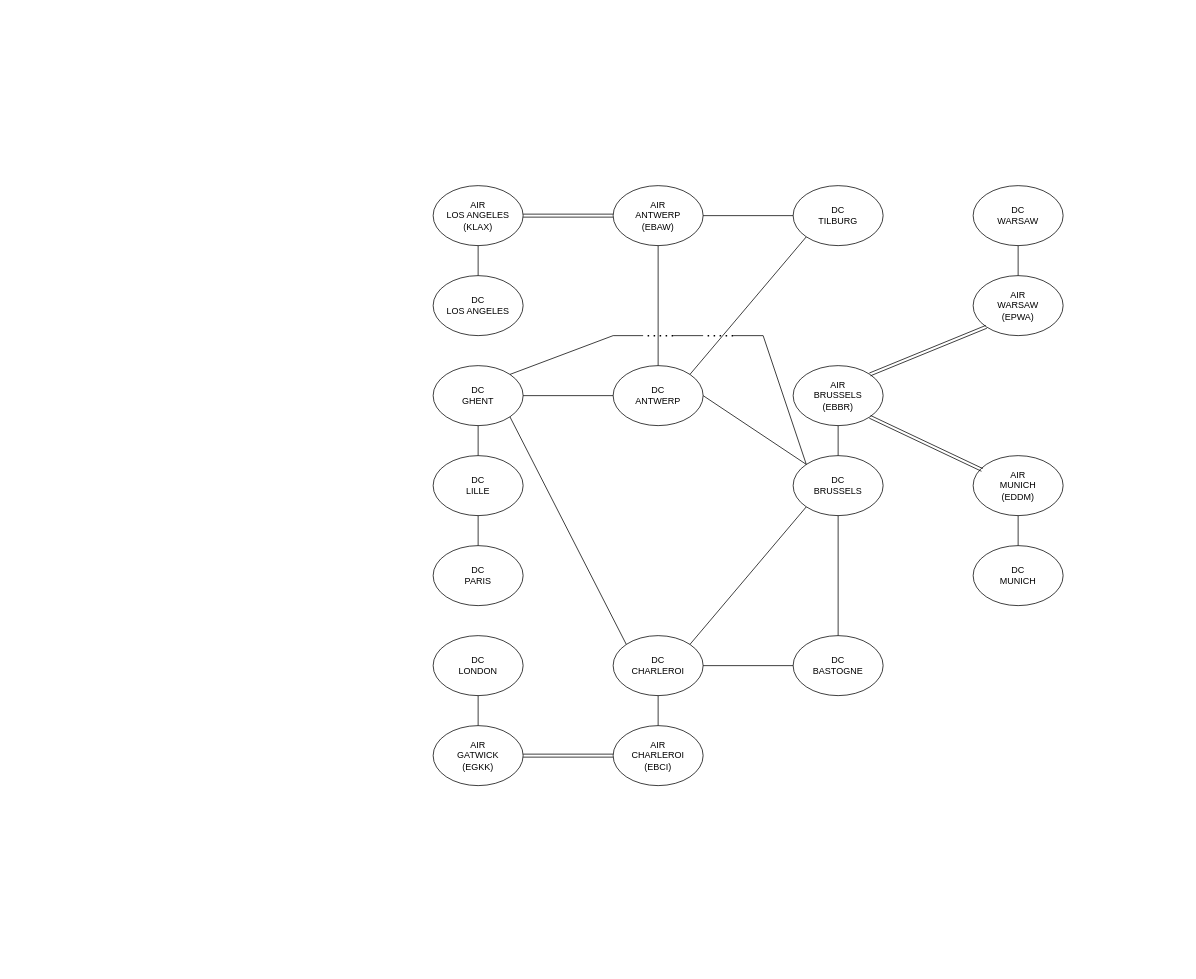
This is app/Services/Router/docs/PE_router_infrastructure.drawio from GillesVanPellicom/PE2-laravel, a draw.io file, before an edit. Source tidied: cells renumbered, new cells numbered last; positions are measured from the earlier drawing's top-left corner, leaving out a move shared by most shapes. Both pictures are drawn from the tidied source at 75%, with x=0, y=0 at pixel (433, 185).
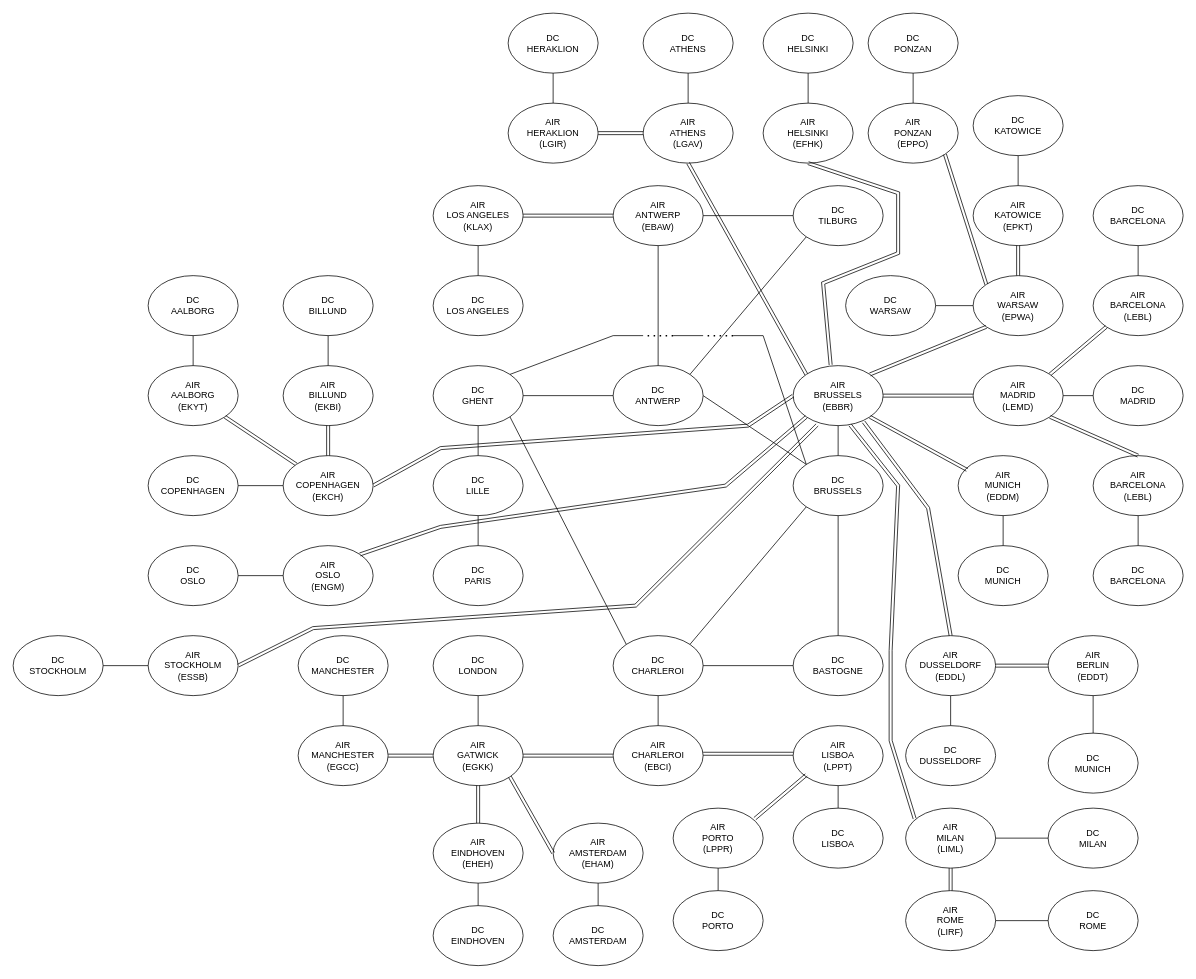
The same page after the edit.

Unchanged cells that the change refers to:
```xml
<mxCell id="11" value="AIR&lt;div&gt;BRUSSELS&lt;/div&gt;&lt;div&gt;(EBBR)&lt;/div&gt;" style="ellipse;whiteSpace=wrap;html=1;" parent="1" vertex="1">
  <mxGeometry x="480" y="240" width="120" height="80" as="geometry" />
</mxCell>
<mxCell id="12" value="AIR&lt;div&gt;GATWICK&lt;/div&gt;&lt;div&gt;(EGKK)&lt;/div&gt;" style="ellipse;whiteSpace=wrap;html=1;" parent="1" vertex="1">
  <mxGeometry y="720" width="120" height="80" as="geometry" />
</mxCell>
<mxCell id="33" value="AIR&lt;div&gt;WARSAW&lt;/div&gt;&lt;div&gt;(EPWA)&lt;/div&gt;" style="ellipse;whiteSpace=wrap;html=1;" parent="1" vertex="1">
  <mxGeometry x="720" y="120" width="120" height="80" as="geometry" />
</mxCell>
```

What changed in the source:
```diff
@@
     <mxCell id="34" value="AIR&lt;div&gt;MUNICH&lt;/div&gt;&lt;div&gt;(EDDM)&lt;/div&gt;" style="ellipse;whiteSpace=wrap;html=1;" parent="1" vertex="1">
-      <mxGeometry x="720" y="360" width="120" height="80" as="geometry" />
+      <mxGeometry x="700" y="360" width="120" height="80" as="geometry" />
     </mxCell>
     <mxCell id="35" value="DC&lt;div&gt;WARSAW&lt;/div&gt;" style="ellipse;whiteSpace=wrap;html=1;" parent="1" vertex="1">
-      <mxGeometry x="720" width="120" height="80" as="geometry" />
+      <mxGeometry x="550" y="120" width="120" height="80" as="geometry" />
     </mxCell>
     <mxCell id="36" value="DC&lt;div&gt;MUNICH&lt;/div&gt;" style="ellipse;whiteSpace=wrap;html=1;" parent="1" vertex="1">
-      <mxGeometry x="720" y="480" width="120" height="80" as="geometry" />
+      <mxGeometry x="700" y="480" width="120" height="80" as="geometry" />
     </mxCell>
@@
+    <mxCell id="49" value="AIR&lt;div&gt;AMSTERDAM&lt;/div&gt;&lt;div&gt;(EHAM)&lt;/div&gt;" style="ellipse;whiteSpace=wrap;html=1;" parent="1" vertex="1">
+      <mxGeometry x="160" y="850" width="120" height="80" as="geometry" />
+    </mxCell>
+    <mxCell id="50" style="shape=link;html=1;rounded=0;entryX=0;entryY=0.5;entryDx=0;entryDy=0;exitX=1;exitY=1;exitDx=0;exitDy=0;" parent="1" edge="1" source="12" target="49">
+      <mxGeometry relative="1" as="geometry" />
+    </mxCell>
+    <mxCell id="51" value="&lt;div&gt;DC&lt;/div&gt;&lt;div&gt;AMSTERDAM&lt;/div&gt;" style="ellipse;whiteSpace=wrap;html=1;" parent="1" vertex="1">
+      <mxGeometry x="160" y="960" width="120" height="80" as="geometry" />
+    </mxCell>
+    <mxCell id="52" style="endArrow=none;html=1;rounded=0;exitX=0.5;exitY=0;exitDx=0;exitDy=0;entryX=0.5;entryY=1;entryDx=0;entryDy=0;" parent="1" edge="1" source="51" target="49">
+      <mxGeometry relative="1" as="geometry" />
+    </mxCell>
+    <mxCell id="53" value="AIR&lt;div&gt;EINDHOVEN&lt;/div&gt;&lt;div&gt;(EHEH)&lt;/div&gt;" style="ellipse;whiteSpace=wrap;html=1;" parent="1" vertex="1">
+      <mxGeometry y="850" width="120" height="80" as="geometry" />
+    </mxCell>
+    <mxCell id="54" value="&lt;div&gt;DC&lt;/div&gt;&lt;div&gt;EINDHOVEN&lt;/div&gt;" style="ellipse;whiteSpace=wrap;html=1;" parent="1" vertex="1">
+      <mxGeometry y="960" width="120" height="80" as="geometry" />
+    </mxCell>
+    <mxCell id="55" style="endArrow=none;html=1;rounded=0;exitX=0.5;exitY=0;exitDx=0;exitDy=0;entryX=0.5;entryY=1;entryDx=0;entryDy=0;" parent="1" edge="1" source="54" target="53">
+      <mxGeometry relative="1" as="geometry" />
+    </mxCell>
+    <mxCell id="56" style="shape=link;html=1;rounded=0;entryX=0.5;entryY=0;entryDx=0;entryDy=0;exitX=0.5;exitY=1;exitDx=0;exitDy=0;" parent="1" edge="1" source="12" target="53">
+      <mxGeometry relative="1" as="geometry" />
+    </mxCell>
+    <mxCell id="57" value="AIR&lt;div&gt;MADRID&lt;/div&gt;&lt;div&gt;(LEMD)&lt;/div&gt;" style="ellipse;whiteSpace=wrap;html=1;" parent="1" vertex="1">
+      <mxGeometry x="720" y="240" width="120" height="80" as="geometry" />
+    </mxCell>
+    <mxCell id="58" style="shape=link;html=1;rounded=0;entryX=0;entryY=0.5;entryDx=0;entryDy=0;exitX=1;exitY=0.5;exitDx=0;exitDy=0;" parent="1" edge="1" source="11" target="57">
+      <mxGeometry relative="1" as="geometry" />
+    </mxCell>
+    <mxCell id="59" value="DC&lt;div&gt;MADRID&lt;/div&gt;" style="ellipse;whiteSpace=wrap;html=1;" parent="1" vertex="1">
+      <mxGeometry x="880" y="240" width="120" height="80" as="geometry" />
+    </mxCell>
+    <mxCell id="60" style="endArrow=none;html=1;rounded=0;exitX=0;exitY=0.5;exitDx=0;exitDy=0;entryX=1;entryY=0.5;entryDx=0;entryDy=0;" parent="1" edge="1" source="59" target="57">
+      <mxGeometry relative="1" as="geometry" />
+    </mxCell>
+    <mxCell id="61" value="AIR&lt;div&gt;BARCELONA&lt;/div&gt;&lt;div&gt;(LEBL)&lt;/div&gt;" style="ellipse;whiteSpace=wrap;html=1;" parent="1" vertex="1">
+      <mxGeometry x="880" y="360" width="120" height="80" as="geometry" />
+    </mxCell>
+    <mxCell id="62" value="DC&lt;div&gt;BARCELONA&lt;/div&gt;" style="ellipse;whiteSpace=wrap;html=1;" parent="1" vertex="1">
+      <mxGeometry x="880" y="480" width="120" height="80" as="geometry" />
+    </mxCell>
+    <mxCell id="63" style="endArrow=none;html=1;rounded=0;exitX=0.5;exitY=0;exitDx=0;exitDy=0;entryX=0.5;entryY=1;entryDx=0;entryDy=0;" parent="1" edge="1" source="62" target="61">
+      <mxGeometry relative="1" as="geometry" />
+    </mxCell>
+    <mxCell id="64" style="shape=link;html=1;rounded=0;exitX=1;exitY=1;exitDx=0;exitDy=0;entryX=0.5;entryY=0;entryDx=0;entryDy=0;" parent="1" edge="1" source="57" target="61">
+      <mxGeometry relative="1" as="geometry" />
+    </mxCell>
+    <mxCell id="65" value="AIR&lt;div&gt;BARCELONA&lt;/div&gt;&lt;div&gt;(LEBL)&lt;/div&gt;" style="ellipse;whiteSpace=wrap;html=1;" parent="1" vertex="1">
+      <mxGeometry x="880" y="120" width="120" height="80" as="geometry" />
+    </mxCell>
+    <mxCell id="66" value="DC&lt;div&gt;BARCELONA&lt;/div&gt;" style="ellipse;whiteSpace=wrap;html=1;" parent="1" vertex="1">
+      <mxGeometry x="880" width="120" height="80" as="geometry" />
+    </mxCell>
+    <mxCell id="67" style="endArrow=none;html=1;rounded=0;entryX=0.5;entryY=1;entryDx=0;entryDy=0;exitX=0.5;exitY=0;exitDx=0;exitDy=0;" parent="1" edge="1" source="65" target="66">
+      <mxGeometry relative="1" as="geometry" />
+    </mxCell>
+    <mxCell id="68" style="shape=link;html=1;rounded=0;exitX=1;exitY=0;exitDx=0;exitDy=0;entryX=0;entryY=1;entryDx=0;entryDy=0;" parent="1" edge="1" source="57" target="65">
+      <mxGeometry relative="1" as="geometry" />
+    </mxCell>
+    <mxCell id="69" value="AIR&lt;div&gt;BERLIN&lt;/div&gt;&lt;div&gt;(EDDT)&lt;/div&gt;" style="ellipse;whiteSpace=wrap;html=1;" parent="1" vertex="1">
+      <mxGeometry x="820" y="600" width="120" height="80" as="geometry" />
+    </mxCell>
+    <mxCell id="70" value="DC&lt;div&gt;MUNICH&lt;/div&gt;" style="ellipse;whiteSpace=wrap;html=1;" parent="1" vertex="1">
+      <mxGeometry x="820" y="730" width="120" height="80" as="geometry" />
+    </mxCell>
+    <mxCell id="71" style="endArrow=none;html=1;rounded=0;exitX=0.5;exitY=0;exitDx=0;exitDy=0;entryX=0.5;entryY=1;entryDx=0;entryDy=0;" parent="1" edge="1" source="70" target="69">
+      <mxGeometry relative="1" as="geometry" />
+    </mxCell>
+    <mxCell id="72" value="AIR&lt;div&gt;DUSSELDORF&lt;/div&gt;&lt;div&gt;(EDDL)&lt;/div&gt;" style="ellipse;whiteSpace=wrap;html=1;" parent="1" vertex="1">
+      <mxGeometry x="630" y="600" width="120" height="80" as="geometry" />
+    </mxCell>
+    <mxCell id="73" value="DC&lt;div&gt;DUSSELDORF&lt;/div&gt;" style="ellipse;whiteSpace=wrap;html=1;" parent="1" vertex="1">
+      <mxGeometry x="630" y="720" width="120" height="80" as="geometry" />
+    </mxCell>
+    <mxCell id="74" style="endArrow=none;html=1;rounded=0;exitX=0.5;exitY=0;exitDx=0;exitDy=0;entryX=0.5;entryY=1;entryDx=0;entryDy=0;" parent="1" edge="1" source="73" target="72">
+      <mxGeometry relative="1" as="geometry" />
+    </mxCell>
+    <mxCell id="75" style="shape=link;html=1;rounded=0;exitX=0.783;exitY=0.938;exitDx=0;exitDy=0;entryX=0.5;entryY=0;entryDx=0;entryDy=0;exitPerimeter=0;" parent="1" edge="1" source="11" target="72">
+      <mxGeometry relative="1" as="geometry">
+        <Array as="points">
+          <mxPoint x="660" y="430" />
+        </Array>
+      </mxGeometry>
+    </mxCell>
+    <mxCell id="76" style="shape=link;html=1;rounded=0;exitX=1;exitY=0.5;exitDx=0;exitDy=0;entryX=0;entryY=0.5;entryDx=0;entryDy=0;" parent="1" edge="1" source="72" target="69">
+      <mxGeometry relative="1" as="geometry" />
+    </mxCell>
+    <mxCell id="77" value="AIR&lt;div&gt;KATOWICE&lt;/div&gt;&lt;div&gt;(EPKT)&lt;/div&gt;" style="ellipse;whiteSpace=wrap;html=1;" parent="1" vertex="1">
+      <mxGeometry x="720" width="120" height="80" as="geometry" />
+    </mxCell>
+    <mxCell id="78" value="DC&lt;div&gt;KATOWICE&lt;/div&gt;" style="ellipse;whiteSpace=wrap;html=1;" parent="1" vertex="1">
+      <mxGeometry x="720" y="-120" width="120" height="80" as="geometry" />
+    </mxCell>
+    <mxCell id="79" style="endArrow=none;html=1;rounded=0;" parent="1" edge="1" source="77" target="78">
+      <mxGeometry relative="1" as="geometry" />
+    </mxCell>
+    <mxCell id="80" style="shape=link;html=1;rounded=0;entryX=0.5;entryY=1;entryDx=0;entryDy=0;exitX=0.5;exitY=0;exitDx=0;exitDy=0;" parent="1" edge="1" source="33" target="77">
+      <mxGeometry relative="1" as="geometry" />
+    </mxCell>
+    <mxCell id="81" value="AIR&lt;div&gt;PONZAN&lt;/div&gt;&lt;div&gt;(EPPO)&lt;/div&gt;" style="ellipse;whiteSpace=wrap;html=1;" parent="1" vertex="1">
+      <mxGeometry x="580" y="-110" width="120" height="80" as="geometry" />
+    </mxCell>
+    <mxCell id="82" value="DC&lt;div&gt;PONZAN&lt;/div&gt;" style="ellipse;whiteSpace=wrap;html=1;" parent="1" vertex="1">
+      <mxGeometry x="580" y="-230" width="120" height="80" as="geometry" />
+    </mxCell>
+    <mxCell id="83" style="endArrow=none;html=1;rounded=0;" parent="1" edge="1" source="81" target="82">
+      <mxGeometry relative="1" as="geometry" />
+    </mxCell>
+    <mxCell id="84" style="shape=link;html=1;rounded=0;entryX=1;entryY=1;entryDx=0;entryDy=0;exitX=0;exitY=0;exitDx=0;exitDy=0;" parent="1" edge="1" source="33" target="81">
+      <mxGeometry relative="1" as="geometry" />
+    </mxCell>
+    <mxCell id="85" value="AIR&lt;div&gt;LISBOA&lt;/div&gt;&lt;div&gt;(LPPT)&lt;/div&gt;" style="ellipse;whiteSpace=wrap;html=1;" parent="1" vertex="1">
+      <mxGeometry x="480" y="720" width="120" height="80" as="geometry" />
+    </mxCell>
+    <mxCell id="86" value="&lt;div&gt;DC&lt;/div&gt;&lt;div&gt;LISBOA&lt;/div&gt;" style="ellipse;whiteSpace=wrap;html=1;" parent="1" vertex="1">
+      <mxGeometry x="480" y="830" width="120" height="80" as="geometry" />
+    </mxCell>
+    <mxCell id="87" style="endArrow=none;html=1;rounded=0;exitX=0.5;exitY=0;exitDx=0;exitDy=0;entryX=0.5;entryY=1;entryDx=0;entryDy=0;" parent="1" edge="1" source="86" target="85">
+      <mxGeometry relative="1" as="geometry" />
+    </mxCell>
+    <mxCell id="88" style="shape=link;html=1;rounded=0;entryX=0;entryY=0.5;entryDx=0;entryDy=0;exitX=1;exitY=0.5;exitDx=0;exitDy=0;" parent="1" edge="1">
+      <mxGeometry relative="1" as="geometry">
+        <mxPoint x="360" y="757.5" as="sourcePoint" />
+        <mxPoint x="480" y="757.5" as="targetPoint" />
+      </mxGeometry>
+    </mxCell>
+    <mxCell id="89" value="AIR&lt;div&gt;PORTO&lt;/div&gt;&lt;div&gt;(LPPR)&lt;/div&gt;" style="ellipse;whiteSpace=wrap;html=1;" parent="1" vertex="1">
+      <mxGeometry x="320" y="830" width="120" height="80" as="geometry" />
+    </mxCell>
+    <mxCell id="90" value="&lt;div&gt;DC&lt;/div&gt;&lt;div&gt;PORTO&lt;/div&gt;" style="ellipse;whiteSpace=wrap;html=1;" parent="1" vertex="1">
+      <mxGeometry x="320" y="940" width="120" height="80" as="geometry" />
+    </mxCell>
+    <mxCell id="91" style="endArrow=none;html=1;rounded=0;exitX=0.5;exitY=0;exitDx=0;exitDy=0;entryX=0.5;entryY=1;entryDx=0;entryDy=0;" parent="1" edge="1" source="90" target="89">
+      <mxGeometry relative="1" as="geometry" />
+    </mxCell>
+    <mxCell id="92" style="shape=link;html=1;rounded=0;entryX=0;entryY=1;entryDx=0;entryDy=0;exitX=0.908;exitY=0.175;exitDx=0;exitDy=0;exitPerimeter=0;" parent="1" edge="1" source="89">
+      <mxGeometry relative="1" as="geometry">
+        <mxPoint x="497.6" y="785.8" as="targetPoint" />
+      </mxGeometry>
+    </mxCell>
+    <mxCell id="93" value="AIR&lt;div&gt;MILAN&lt;/div&gt;&lt;div&gt;(LIML)&lt;/div&gt;" style="ellipse;whiteSpace=wrap;html=1;" parent="1" vertex="1">
+      <mxGeometry x="630" y="830" width="120" height="80" as="geometry" />
+    </mxCell>
+    <mxCell id="94" value="DC&lt;div&gt;MILAN&lt;/div&gt;" style="ellipse;whiteSpace=wrap;html=1;" parent="1" vertex="1">
+      <mxGeometry x="820" y="830" width="120" height="80" as="geometry" />
+    </mxCell>
+    <mxCell id="95" style="endArrow=none;html=1;rounded=0;exitX=0;exitY=0.5;exitDx=0;exitDy=0;entryX=1;entryY=0.5;entryDx=0;entryDy=0;" parent="1" edge="1" source="94" target="93">
+      <mxGeometry relative="1" as="geometry" />
+    </mxCell>
+    <mxCell id="96" style="shape=link;html=1;rounded=0;exitX=0.633;exitY=0.988;exitDx=0;exitDy=0;entryX=0.1;entryY=0.175;entryDx=0;entryDy=0;exitPerimeter=0;entryPerimeter=0;" parent="1" edge="1" source="11" target="93">
+      <mxGeometry relative="1" as="geometry">
+        <Array as="points">
+          <mxPoint x="620" y="400" />
+          <mxPoint x="610" y="620" />
+          <mxPoint x="610" y="740" />
+        </Array>
+      </mxGeometry>
+    </mxCell>
+    <mxCell id="97" value="AIR&lt;div&gt;ROME&lt;/div&gt;&lt;div&gt;(LIRF)&lt;/div&gt;" style="ellipse;whiteSpace=wrap;html=1;" parent="1" vertex="1">
+      <mxGeometry x="630" y="940" width="120" height="80" as="geometry" />
+    </mxCell>
+    <mxCell id="98" value="DC&lt;div&gt;ROME&lt;/div&gt;" style="ellipse;whiteSpace=wrap;html=1;" parent="1" vertex="1">
+      <mxGeometry x="820" y="940" width="120" height="80" as="geometry" />
+    </mxCell>
+    <mxCell id="99" style="endArrow=none;html=1;rounded=0;exitX=0;exitY=0.5;exitDx=0;exitDy=0;entryX=1;entryY=0.5;entryDx=0;entryDy=0;" parent="1" edge="1" source="98" target="97">
+      <mxGeometry relative="1" as="geometry" />
+    </mxCell>
+    <mxCell id="100" style="shape=link;html=1;rounded=0;exitX=0.5;exitY=1;exitDx=0;exitDy=0;entryX=0.5;entryY=0;entryDx=0;entryDy=0;" parent="1" edge="1" source="93" target="97">
+      <mxGeometry relative="1" as="geometry" />
+    </mxCell>
+    <mxCell id="101" value="AIR&lt;div&gt;ATHENS&lt;/div&gt;&lt;div&gt;(LGAV)&lt;/div&gt;" style="ellipse;whiteSpace=wrap;html=1;" parent="1" vertex="1">
+      <mxGeometry x="280" y="-110" width="120" height="80" as="geometry" />
+    </mxCell>
+    <mxCell id="102" value="DC&lt;div&gt;ATHENS&lt;/div&gt;" style="ellipse;whiteSpace=wrap;html=1;" parent="1" vertex="1">
+      <mxGeometry x="280" y="-230" width="120" height="80" as="geometry" />
+    </mxCell>
+    <mxCell id="103" style="endArrow=none;html=1;rounded=0;" parent="1" edge="1" source="101" target="102">
+      <mxGeometry relative="1" as="geometry" />
+    </mxCell>
+    <mxCell id="104" style="shape=link;html=1;rounded=0;entryX=0.5;entryY=1;entryDx=0;entryDy=0;exitX=0;exitY=0;exitDx=0;exitDy=0;" parent="1" edge="1" source="11" target="101">
+      <mxGeometry relative="1" as="geometry" />
+    </mxCell>
+    <mxCell id="105" value="AIR&lt;div&gt;HERAKLION&lt;/div&gt;&lt;div&gt;(LGIR)&lt;/div&gt;" style="ellipse;whiteSpace=wrap;html=1;" parent="1" vertex="1">
+      <mxGeometry x="100" y="-110" width="120" height="80" as="geometry" />
+    </mxCell>
+    <mxCell id="106" value="DC&lt;div&gt;HERAKLION&lt;/div&gt;" style="ellipse;whiteSpace=wrap;html=1;" parent="1" vertex="1">
+      <mxGeometry x="100" y="-230" width="120" height="80" as="geometry" />
+    </mxCell>
+    <mxCell id="107" style="endArrow=none;html=1;rounded=0;" parent="1" edge="1" source="105" target="106">
+      <mxGeometry relative="1" as="geometry" />
+    </mxCell>
+    <mxCell id="108" style="shape=link;html=1;rounded=0;entryX=1;entryY=0.5;entryDx=0;entryDy=0;exitX=0;exitY=0.5;exitDx=0;exitDy=0;" parent="1" edge="1" source="101" target="105">
+      <mxGeometry relative="1" as="geometry" />
+    </mxCell>
+    <mxCell id="109" value="AIR&lt;div&gt;MANCHESTER&lt;/div&gt;&lt;div&gt;(EGCC)&lt;/div&gt;" style="ellipse;whiteSpace=wrap;html=1;" parent="1" vertex="1">
+      <mxGeometry x="-180" y="720" width="120" height="80" as="geometry" />
+    </mxCell>
+    <mxCell id="110" value="DC&lt;div&gt;MANCHESTER&lt;/div&gt;" style="ellipse;whiteSpace=wrap;html=1;" parent="1" vertex="1">
+      <mxGeometry x="-180" y="600" width="120" height="80" as="geometry" />
+    </mxCell>
+    <mxCell id="111" style="endArrow=none;html=1;rounded=0;exitX=0.5;exitY=1;exitDx=0;exitDy=0;entryX=0.5;entryY=0;entryDx=0;entryDy=0;" parent="1" edge="1" source="110" target="109">
+      <mxGeometry relative="1" as="geometry" />
+    </mxCell>
+    <mxCell id="112" style="shape=link;html=1;rounded=0;entryX=0;entryY=0.5;entryDx=0;entryDy=0;exitX=1;exitY=0.5;exitDx=0;exitDy=0;" parent="1" edge="1" source="109" target="12">
+      <mxGeometry relative="1" as="geometry" />
+    </mxCell>
+    <mxCell id="113" value="AIR&lt;div&gt;BILLUND&lt;/div&gt;&lt;div&gt;(EKBI)&lt;/div&gt;" style="ellipse;whiteSpace=wrap;html=1;" parent="1" vertex="1">
+      <mxGeometry x="-200" y="240" width="120" height="80" as="geometry" />
+    </mxCell>
+    <mxCell id="114" value="DC&lt;div&gt;BILLUND&lt;/div&gt;" style="ellipse;whiteSpace=wrap;html=1;" parent="1" vertex="1">
+      <mxGeometry x="-200" y="120" width="120" height="80" as="geometry" />
+    </mxCell>
+    <mxCell id="115" style="endArrow=none;html=1;rounded=0;" parent="1" edge="1" source="113" target="114">
+      <mxGeometry relative="1" as="geometry" />
+    </mxCell>
+    <mxCell id="116" style="shape=link;html=1;rounded=0;entryX=1;entryY=0.5;entryDx=0;entryDy=0;exitX=0;exitY=0.5;exitDx=0;exitDy=0;" parent="1" edge="1" source="11" target="121">
+      <mxGeometry relative="1" as="geometry">
+        <Array as="points">
+          <mxPoint x="420" y="320" />
+          <mxPoint x="10" y="350" />
+        </Array>
+      </mxGeometry>
+    </mxCell>
+    <mxCell id="117" value="AIR&lt;div&gt;AALBORG&lt;/div&gt;&lt;div&gt;(EKYT)&lt;/div&gt;" style="ellipse;whiteSpace=wrap;html=1;" parent="1" vertex="1">
+      <mxGeometry x="-380" y="240" width="120" height="80" as="geometry" />
+    </mxCell>
+    <mxCell id="118" value="DC&lt;div&gt;AALBORG&lt;/div&gt;" style="ellipse;whiteSpace=wrap;html=1;" parent="1" vertex="1">
+      <mxGeometry x="-380" y="120" width="120" height="80" as="geometry" />
+    </mxCell>
+    <mxCell id="119" style="endArrow=none;html=1;rounded=0;" parent="1" edge="1" source="117" target="118">
+      <mxGeometry relative="1" as="geometry" />
+    </mxCell>
+    <mxCell id="120" style="shape=link;html=1;rounded=0;exitX=1;exitY=1;exitDx=0;exitDy=0;entryX=0;entryY=0;entryDx=0;entryDy=0;" parent="1" edge="1" source="117" target="121">
+      <mxGeometry relative="1" as="geometry" />
+    </mxCell>
+    <mxCell id="121" value="AIR&lt;div&gt;COPENHAGEN&lt;/div&gt;&lt;div&gt;(EKCH)&lt;/div&gt;" style="ellipse;whiteSpace=wrap;html=1;" parent="1" vertex="1">
+      <mxGeometry x="-200" y="360" width="120" height="80" as="geometry" />
+    </mxCell>
+    <mxCell id="122" value="DC&lt;div&gt;COPENHAGEN&lt;/div&gt;" style="ellipse;whiteSpace=wrap;html=1;" parent="1" vertex="1">
+      <mxGeometry x="-380" y="360" width="120" height="80" as="geometry" />
+    </mxCell>
+    <mxCell id="123" style="endArrow=none;html=1;rounded=0;" parent="1" edge="1" source="121" target="122">
+      <mxGeometry relative="1" as="geometry" />
+    </mxCell>
+    <mxCell id="124" style="shape=link;html=1;rounded=0;exitX=0.5;exitY=0;exitDx=0;exitDy=0;entryX=0.5;entryY=1;entryDx=0;entryDy=0;" parent="1" edge="1" source="121" target="113">
+      <mxGeometry relative="1" as="geometry" />
+    </mxCell>
+    <mxCell id="125" value="AIR&lt;div&gt;OSLO&lt;/div&gt;&lt;div&gt;(ENGM)&lt;/div&gt;" style="ellipse;whiteSpace=wrap;html=1;" parent="1" vertex="1">
+      <mxGeometry x="-200" y="480" width="120" height="80" as="geometry" />
+    </mxCell>
+    <mxCell id="126" value="DC&lt;div&gt;OSLO&lt;/div&gt;" style="ellipse;whiteSpace=wrap;html=1;" parent="1" vertex="1">
+      <mxGeometry x="-380" y="480" width="120" height="80" as="geometry" />
+    </mxCell>
+    <mxCell id="127" style="endArrow=none;html=1;rounded=0;" parent="1" edge="1" source="125" target="126">
+      <mxGeometry relative="1" as="geometry" />
+    </mxCell>
+    <mxCell id="128" style="shape=link;html=1;rounded=0;entryX=1;entryY=0;entryDx=0;entryDy=0;exitX=0;exitY=1;exitDx=0;exitDy=0;" parent="1" edge="1" source="11" target="125">
+      <mxGeometry relative="1" as="geometry">
+        <Array as="points">
+          <mxPoint x="390" y="400" />
+          <mxPoint x="10" y="455" />
+        </Array>
+      </mxGeometry>
+    </mxCell>
+    <mxCell id="129" value="AIR&lt;div&gt;STOCKHOLM&lt;/div&gt;&lt;div&gt;(ESSB)&lt;/div&gt;" style="ellipse;whiteSpace=wrap;html=1;" parent="1" vertex="1">
+      <mxGeometry x="-380" y="600" width="120" height="80" as="geometry" />
+    </mxCell>
+    <mxCell id="130" value="DC&lt;div&gt;STOCKHOLM&lt;/div&gt;" style="ellipse;whiteSpace=wrap;html=1;" parent="1" vertex="1">
+      <mxGeometry x="-560" y="600" width="120" height="80" as="geometry" />
+    </mxCell>
+    <mxCell id="131" style="endArrow=none;html=1;rounded=0;" parent="1" edge="1" source="129" target="130">
+      <mxGeometry relative="1" as="geometry" />
+    </mxCell>
+    <mxCell id="132" style="shape=link;html=1;rounded=0;entryX=1;entryY=0.5;entryDx=0;entryDy=0;exitX=0.267;exitY=0.988;exitDx=0;exitDy=0;exitPerimeter=0;" parent="1" edge="1" source="11" target="129">
+      <mxGeometry relative="1" as="geometry">
+        <Array as="points">
+          <mxPoint x="270" y="560" />
+          <mxPoint x="-160" y="590" />
+        </Array>
+      </mxGeometry>
+    </mxCell>
+    <mxCell id="133" value="AIR&lt;div&gt;HELSINKI&lt;/div&gt;&lt;div&gt;(EFHK)&lt;/div&gt;" style="ellipse;whiteSpace=wrap;html=1;" parent="1" vertex="1">
+      <mxGeometry x="440" y="-110" width="120" height="80" as="geometry" />
+    </mxCell>
+    <mxCell id="134" value="DC&lt;div&gt;HELSINKI&lt;/div&gt;" style="ellipse;whiteSpace=wrap;html=1;" parent="1" vertex="1">
+      <mxGeometry x="440" y="-230" width="120" height="80" as="geometry" />
+    </mxCell>
+    <mxCell id="135" style="endArrow=none;html=1;rounded=0;" parent="1" edge="1" source="133" target="134">
+      <mxGeometry relative="1" as="geometry" />
+    </mxCell>
+    <mxCell id="136" style="shape=link;html=1;rounded=0;entryX=0.5;entryY=1;entryDx=0;entryDy=0;exitX=0.417;exitY=-0.012;exitDx=0;exitDy=0;exitPerimeter=0;" parent="1" edge="1" source="11" target="133">
+      <mxGeometry relative="1" as="geometry">
+        <Array as="points">
+          <mxPoint x="520" y="130" />
+          <mxPoint x="620" y="90" />
+          <mxPoint x="620" y="10" />
+        </Array>
+      </mxGeometry>
+    </mxCell>
```
